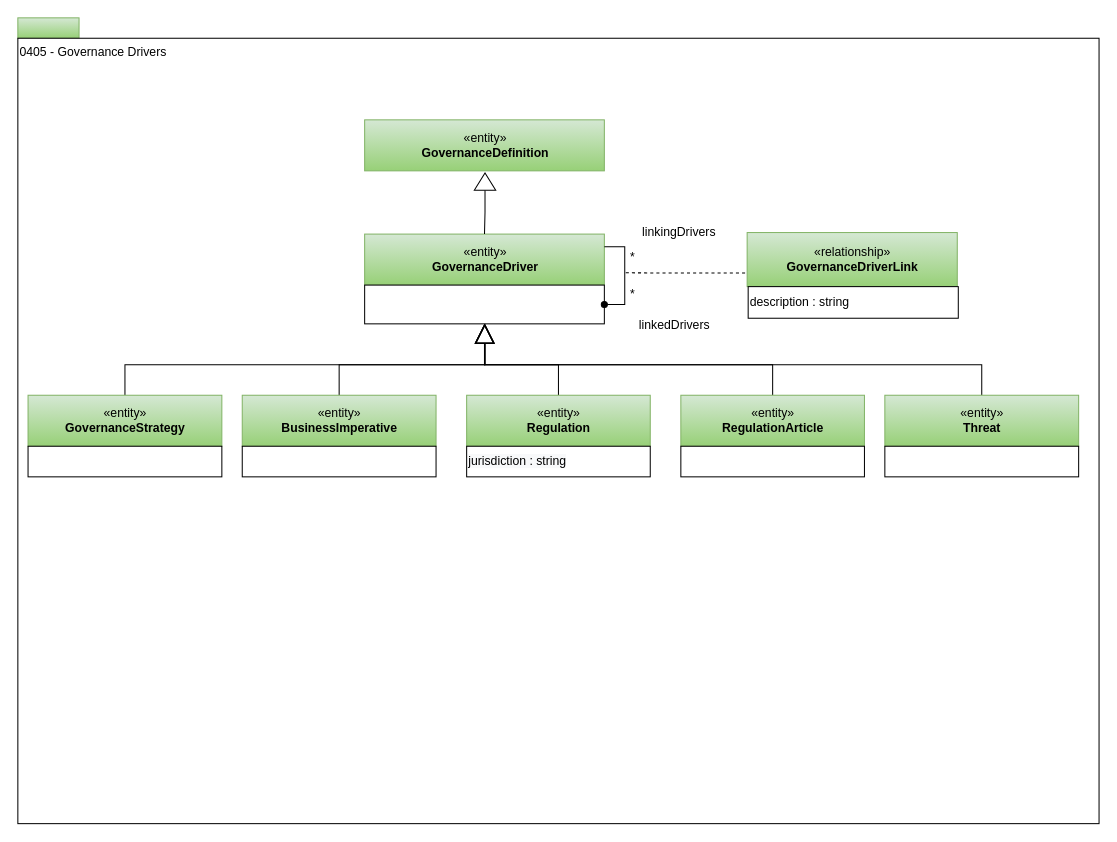
odpi/egeria-docs keeps this draw.io diagram as page "0405-Governance-Drivers" (3 of 31) of site/docs/types/4/area-4-governance.drawio. Above is the earlier version. Source tidied: cells renumbered, new cells numbered last; positions are measured from the earlier drawing's top-left corner, leaving out a move shared by most shapes. Both pictures are drawn from the tidied source at 102%, with x=0, y=0 at pixel (17, 17).
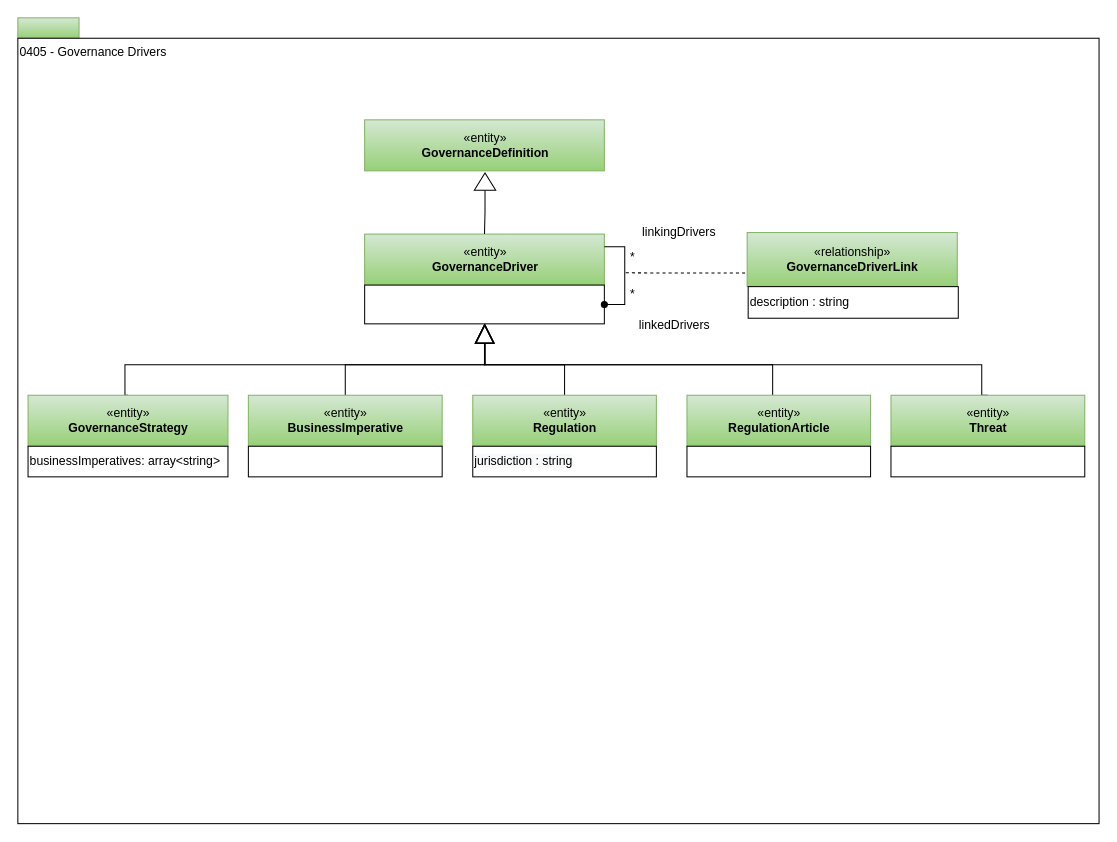
After the change.

What changed in the source:
```diff
@@
     <mxCell id="9" value="«entity»&lt;br&gt;&lt;b&gt;GovernanceStrategy&lt;/b&gt;" style="html=1;strokeColor=#82b366;align=center;fillColor=#d5e8d4;gradientColor=#97d077;" parent="1" vertex="1">
-      <mxGeometry x="10" y="370" width="190" height="50" as="geometry" />
+      <mxGeometry x="10" y="370" width="196" height="50" as="geometry" />
     </mxCell>
-    <mxCell id="10" style="rounded=0;whiteSpace=wrap;html=1;strokeColor=#000000;gradientColor=#ffffff;align=left;" parent="1" vertex="1">
-      <mxGeometry x="10" y="420" width="190" height="30" as="geometry" />
+    <mxCell id="10" value="businessImperatives: array&amp;lt;string&amp;gt;" style="rounded=0;whiteSpace=wrap;html=1;strokeColor=#000000;gradientColor=#ffffff;align=left;" parent="1" vertex="1">
+      <mxGeometry x="10" y="420" width="196" height="30" as="geometry" />
     </mxCell>
@@
     <mxCell id="13" value="«entity»&lt;br&gt;&lt;b&gt;RegulationArticle&lt;/b&gt;" style="html=1;strokeColor=#82b366;align=center;fillColor=#d5e8d4;gradientColor=#97d077;" parent="1" vertex="1">
-      <mxGeometry x="650" y="370" width="180" height="50" as="geometry" />
+      <mxGeometry x="656" y="370" width="180" height="50" as="geometry" />
     </mxCell>
@@
     <mxCell id="21" value="«entity»&lt;br&gt;&lt;b&gt;Regulation&lt;/b&gt;" style="html=1;strokeColor=#82b366;align=center;fillColor=#d5e8d4;gradientColor=#97d077;" parent="1" vertex="1">
-      <mxGeometry x="440" y="370" width="180" height="50" as="geometry" />
+      <mxGeometry x="446" y="370" width="180" height="50" as="geometry" />
     </mxCell>
     <mxCell id="22" value="&lt;span style=&quot;color: rgb(0, 0, 0); font-family: helvetica; font-size: 12px; font-style: normal; font-weight: 400; letter-spacing: normal; text-align: left; text-indent: 0px; text-transform: none; word-spacing: 0px; background-color: rgb(248, 249, 250); display: inline; float: none;&quot;&gt;jurisdiction : string&lt;/span&gt;" style="rounded=0;whiteSpace=wrap;html=1;strokeColor=#000000;gradientColor=#ffffff;align=left;" parent="1" vertex="1">
-      <mxGeometry x="440" y="420" width="180" height="30" as="geometry" />
+      <mxGeometry x="446" y="420" width="180" height="30" as="geometry" />
     </mxCell>
@@
     <mxCell id="25" style="rounded=0;whiteSpace=wrap;html=1;strokeColor=#000000;gradientColor=#ffffff;align=left;" parent="1" vertex="1">
-      <mxGeometry x="650" y="420" width="180" height="30" as="geometry" />
+      <mxGeometry x="656" y="420" width="180" height="30" as="geometry" />
     </mxCell>
@@
     <mxCell id="27" value="«entity»&lt;br&gt;&lt;b&gt;BusinessImperative&lt;/b&gt;" style="html=1;strokeColor=#82b366;align=center;fillColor=#d5e8d4;gradientColor=#97d077;" parent="1" vertex="1">
-      <mxGeometry x="220" y="370" width="190" height="50" as="geometry" />
+      <mxGeometry x="226" y="370" width="190" height="50" as="geometry" />
     </mxCell>
     <mxCell id="28" style="rounded=0;whiteSpace=wrap;html=1;strokeColor=#000000;gradientColor=#ffffff;align=left;" parent="1" vertex="1">
-      <mxGeometry x="220" y="420" width="190" height="30" as="geometry" />
+      <mxGeometry x="226" y="420" width="190" height="30" as="geometry" />
     </mxCell>
@@
     <mxCell id="30" value="«entity»&lt;br&gt;&lt;b&gt;Threat&lt;/b&gt;" style="html=1;strokeColor=#82b366;align=center;fillColor=#d5e8d4;gradientColor=#97d077;" parent="1" vertex="1">
-      <mxGeometry x="850" y="370" width="190" height="50" as="geometry" />
+      <mxGeometry x="856" y="370" width="190" height="50" as="geometry" />
     </mxCell>
     <mxCell id="31" style="rounded=0;whiteSpace=wrap;html=1;strokeColor=#000000;gradientColor=#ffffff;align=left;" parent="1" vertex="1">
-      <mxGeometry x="850" y="420" width="190" height="30" as="geometry" />
+      <mxGeometry x="856" y="420" width="190" height="30" as="geometry" />
     </mxCell>
```
